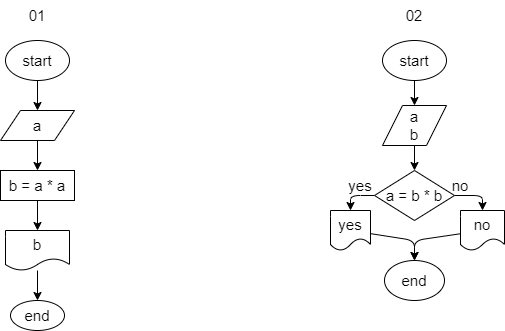
Before: NewSemi001/NewSemi001.drawio.png, a diagram exported from draw.io (GeorgeSaltykov/Examles). Source tidied: cells renumbered, new cells last; positions are measured from the earlier drawing's top-left corner, leaving out a move shared by most shapes.
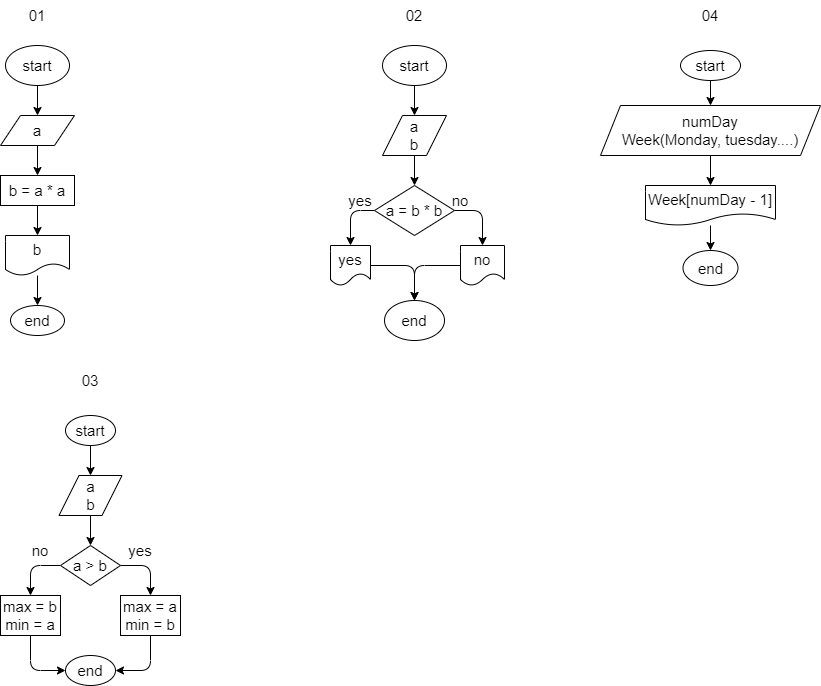
Later version of the same file.

The edit, as a diff of the source:
```diff
@@ -6,92 +6,178 @@
       <mxGeometry relative="1" as="geometry" />
     </mxCell>
     <mxCell id="3" value="&lt;font style=&quot;font-size: 15px&quot;&gt;start&lt;/font&gt;" style="ellipse;whiteSpace=wrap;html=1;" parent="1" vertex="1">
-      <mxGeometry x="5" y="40" width="64" height="40" as="geometry" />
+      <mxGeometry x="5" y="90" width="64" height="40" as="geometry" />
     </mxCell>
     <mxCell id="4" style="edgeStyle=none;html=1;entryX=0.5;entryY=0;entryDx=0;entryDy=0;fontSize=15;" parent="1" edge="1" source="5" target="7">
       <mxGeometry relative="1" as="geometry" />
     </mxCell>
     <mxCell id="5" value="a" style="shape=parallelogram;perimeter=parallelogramPerimeter;whiteSpace=wrap;html=1;fixedSize=1;fontSize=15;" parent="1" vertex="1">
-      <mxGeometry y="110" width="74" height="30" as="geometry" />
+      <mxGeometry y="160" width="74" height="30" as="geometry" />
     </mxCell>
     <mxCell id="6" style="edgeStyle=none;html=1;entryX=0.5;entryY=0;entryDx=0;entryDy=0;fontSize=15;" parent="1" edge="1" source="7" target="9">
       <mxGeometry relative="1" as="geometry" />
     </mxCell>
     <mxCell id="7" value="b = a * a" style="rounded=0;whiteSpace=wrap;html=1;fontSize=15;" parent="1" vertex="1">
-      <mxGeometry y="170" width="74" height="30" as="geometry" />
+      <mxGeometry y="220" width="74" height="30" as="geometry" />
     </mxCell>
     <mxCell id="8" style="edgeStyle=none;html=1;entryX=0.5;entryY=0;entryDx=0;entryDy=0;fontSize=15;" parent="1" edge="1" source="9" target="10">
       <mxGeometry relative="1" as="geometry" />
     </mxCell>
     <mxCell id="9" value="b" style="shape=document;whiteSpace=wrap;html=1;boundedLbl=1;fontSize=15;" parent="1" vertex="1">
-      <mxGeometry x="5" y="230" width="64" height="40" as="geometry" />
+      <mxGeometry x="5" y="280" width="64" height="40" as="geometry" />
     </mxCell>
     <mxCell id="10" value="end" style="ellipse;whiteSpace=wrap;html=1;fontSize=15;" parent="1" vertex="1">
-      <mxGeometry x="10" y="300" width="54" height="30" as="geometry" />
+      <mxGeometry x="10" y="350" width="54" height="30" as="geometry" />
     </mxCell>
     <mxCell id="11" value="01" style="text;html=1;strokeColor=none;fillColor=none;align=center;verticalAlign=middle;whiteSpace=wrap;rounded=0;fontSize=15;" parent="1" vertex="1">
-      <mxGeometry x="7" width="60" height="30" as="geometry" />
+      <mxGeometry x="7" y="45" width="60" height="30" as="geometry" />
     </mxCell>
     <mxCell id="12" value="02" style="text;html=1;strokeColor=none;fillColor=none;align=center;verticalAlign=middle;whiteSpace=wrap;rounded=0;fontSize=15;" parent="1" vertex="1">
-      <mxGeometry x="384" width="60" height="30" as="geometry" />
+      <mxGeometry x="384" y="45" width="60" height="30" as="geometry" />
     </mxCell>
     <mxCell id="13" style="edgeStyle=none;html=1;entryX=0.5;entryY=0;entryDx=0;entryDy=0;fontSize=15;" parent="1" edge="1" source="14" target="16">
       <mxGeometry relative="1" as="geometry" />
     </mxCell>
     <mxCell id="14" value="start" style="ellipse;whiteSpace=wrap;html=1;fontSize=15;" parent="1" vertex="1">
-      <mxGeometry x="382" y="40" width="64" height="40" as="geometry" />
+      <mxGeometry x="382" y="90" width="64" height="40" as="geometry" />
     </mxCell>
     <mxCell id="15" style="edgeStyle=none;html=1;entryX=0.5;entryY=0;entryDx=0;entryDy=0;fontSize=15;" parent="1" edge="1" source="16" target="19">
       <mxGeometry relative="1" as="geometry" />
     </mxCell>
     <mxCell id="16" value="a&lt;br&gt;b" style="shape=parallelogram;perimeter=parallelogramPerimeter;whiteSpace=wrap;html=1;fixedSize=1;fontSize=15;" parent="1" vertex="1">
-      <mxGeometry x="382" y="105" width="64" height="40" as="geometry" />
+      <mxGeometry x="382" y="160" width="64" height="40" as="geometry" />
     </mxCell>
     <mxCell id="17" style="edgeStyle=none;html=1;entryX=0.5;entryY=0;entryDx=0;entryDy=0;fontSize=15;" parent="1" edge="1" source="19" target="23">
       <mxGeometry relative="1" as="geometry">
         <Array as="points">
-          <mxPoint x="482" y="195" />
+          <mxPoint x="482" y="255" />
         </Array>
       </mxGeometry>
     </mxCell>
     <mxCell id="18" style="edgeStyle=none;html=1;entryX=0.5;entryY=0;entryDx=0;entryDy=0;fontSize=15;" parent="1" edge="1" source="19" target="21">
       <mxGeometry relative="1" as="geometry">
         <Array as="points">
-          <mxPoint x="350" y="195" />
+          <mxPoint x="350" y="255" />
         </Array>
       </mxGeometry>
     </mxCell>
     <mxCell id="19" value="a = b * b" style="rhombus;whiteSpace=wrap;html=1;fontSize=15;" parent="1" vertex="1">
-      <mxGeometry x="374" y="170" width="80" height="50" as="geometry" />
+      <mxGeometry x="374" y="230" width="80" height="50" as="geometry" />
     </mxCell>
     <mxCell id="20" style="edgeStyle=none;html=1;entryX=0.5;entryY=0;entryDx=0;entryDy=0;fontSize=15;" parent="1" edge="1" source="21" target="26">
       <mxGeometry relative="1" as="geometry">
         <Array as="points">
-          <mxPoint x="414" y="240" />
+          <mxPoint x="414" y="310" />
         </Array>
       </mxGeometry>
     </mxCell>
     <mxCell id="21" value="yes" style="shape=document;whiteSpace=wrap;html=1;boundedLbl=1;fontSize=15;" parent="1" vertex="1">
-      <mxGeometry x="330" y="210" width="40" height="40" as="geometry" />
+      <mxGeometry x="330" y="290" width="40" height="40" as="geometry" />
     </mxCell>
     <mxCell id="22" style="edgeStyle=none;html=1;entryX=0.5;entryY=0;entryDx=0;entryDy=0;fontSize=15;" parent="1" edge="1" source="23" target="26">
       <mxGeometry relative="1" as="geometry">
         <Array as="points">
-          <mxPoint x="414" y="240" />
+          <mxPoint x="414" y="310" />
         </Array>
       </mxGeometry>
     </mxCell>
     <mxCell id="23" value="no" style="shape=document;whiteSpace=wrap;html=1;boundedLbl=1;fontSize=15;" parent="1" vertex="1">
-      <mxGeometry x="460" y="210" width="44" height="40" as="geometry" />
+      <mxGeometry x="460" y="290" width="44" height="40" as="geometry" />
     </mxCell>
     <mxCell id="24" value="yes" style="text;html=1;strokeColor=none;fillColor=none;align=center;verticalAlign=middle;whiteSpace=wrap;rounded=0;fontSize=15;" parent="1" vertex="1">
-      <mxGeometry x="330" y="170" width="60" height="30" as="geometry" />
+      <mxGeometry x="330" y="230" width="60" height="30" as="geometry" />
     </mxCell>
     <mxCell id="25" value="no" style="text;html=1;strokeColor=none;fillColor=none;align=center;verticalAlign=middle;whiteSpace=wrap;rounded=0;fontSize=15;" parent="1" vertex="1">
-      <mxGeometry x="430" y="170" width="60" height="30" as="geometry" />
+      <mxGeometry x="430" y="230" width="60" height="30" as="geometry" />
     </mxCell>
     <mxCell id="26" value="end" style="ellipse;whiteSpace=wrap;html=1;fontSize=15;" parent="1" vertex="1">
-      <mxGeometry x="384" y="260" width="60" height="40" as="geometry" />
+      <mxGeometry x="384" y="345" width="60" height="40" as="geometry" />
     </mxCell>
+    <mxCell id="27" style="edgeStyle=none;html=1;entryX=0.5;entryY=0;entryDx=0;entryDy=0;fontSize=15;" parent="1" edge="1" source="28" target="31">
+      <mxGeometry relative="1" as="geometry" />
+    </mxCell>
+    <mxCell id="28" value="start" style="ellipse;whiteSpace=wrap;html=1;fontSize=15;" parent="1" vertex="1">
+      <mxGeometry x="680" y="95" width="60" height="30" as="geometry" />
+    </mxCell>
+    <mxCell id="29" value="04" style="text;html=1;strokeColor=none;fillColor=none;align=center;verticalAlign=middle;whiteSpace=wrap;rounded=0;fontSize=15;" parent="1" vertex="1">
+      <mxGeometry x="680" y="45" width="60" height="30" as="geometry" />
+    </mxCell>
+    <mxCell id="30" style="edgeStyle=none;html=1;fontSize=15;" parent="1" edge="1" source="31" target="33">
+      <mxGeometry relative="1" as="geometry" />
+    </mxCell>
+    <mxCell id="31" value="numDay&lt;br&gt;Week(Monday, tuesday....)" style="shape=parallelogram;perimeter=parallelogramPerimeter;whiteSpace=wrap;html=1;fixedSize=1;fontSize=15;" parent="1" vertex="1">
+      <mxGeometry x="600" y="150" width="220" height="50" as="geometry" />
+    </mxCell>
+    <mxCell id="32" style="edgeStyle=none;html=1;entryX=0.5;entryY=0;entryDx=0;entryDy=0;fontSize=15;" parent="1" edge="1" source="33" target="34">
+      <mxGeometry relative="1" as="geometry" />
+    </mxCell>
+    <mxCell id="33" value="Week[numDay - 1]" style="shape=document;whiteSpace=wrap;html=1;boundedLbl=1;fontSize=15;" parent="1" vertex="1">
+      <mxGeometry x="645" y="230" width="130" height="40" as="geometry" />
+    </mxCell>
+    <mxCell id="34" value="end" style="ellipse;whiteSpace=wrap;html=1;fontSize=15;" parent="1" vertex="1">
+      <mxGeometry x="682.5" y="295" width="55" height="35" as="geometry" />
+    </mxCell>
+    <mxCell id="35" value="03" style="text;html=1;strokeColor=none;fillColor=none;align=center;verticalAlign=middle;whiteSpace=wrap;rounded=0;fontSize=15;" parent="1" vertex="1">
+      <mxGeometry x="60" y="410" width="60" height="30" as="geometry" />
+    </mxCell>
+    <mxCell id="36" style="edgeStyle=none;html=1;fontSize=15;" parent="1" edge="1" source="37" target="39">
+      <mxGeometry relative="1" as="geometry" />
+    </mxCell>
+    <mxCell id="37" value="start" style="ellipse;whiteSpace=wrap;html=1;fontSize=15;" parent="1" vertex="1">
+      <mxGeometry x="65" y="460" width="50" height="30" as="geometry" />
+    </mxCell>
+    <mxCell id="38" style="edgeStyle=none;html=1;fontSize=15;" parent="1" edge="1" source="39" target="42">
+      <mxGeometry relative="1" as="geometry" />
+    </mxCell>
+    <mxCell id="39" value="a&lt;br&gt;b" style="shape=parallelogram;perimeter=parallelogramPerimeter;whiteSpace=wrap;html=1;fixedSize=1;fontSize=15;" parent="1" vertex="1">
+      <mxGeometry x="58.5" y="520" width="63" height="40" as="geometry" />
+    </mxCell>
+    <mxCell id="40" style="edgeStyle=none;html=1;entryX=0.5;entryY=0;entryDx=0;entryDy=0;fontSize=15;" parent="1" edge="1" source="42">
+      <mxGeometry relative="1" as="geometry">
+        <mxPoint x="150" y="640" as="targetPoint" />
+        <Array as="points">
+          <mxPoint x="150" y="610" />
+        </Array>
+      </mxGeometry>
+    </mxCell>
+    <mxCell id="41" style="edgeStyle=none;html=1;entryX=0.5;entryY=0;entryDx=0;entryDy=0;fontSize=15;" parent="1" edge="1" source="42" target="46">
+      <mxGeometry relative="1" as="geometry">
+        <Array as="points">
+          <mxPoint x="30" y="610" />
+        </Array>
+      </mxGeometry>
+    </mxCell>
+    <mxCell id="42" value="a &amp;gt; b" style="rhombus;whiteSpace=wrap;html=1;fontSize=15;" parent="1" vertex="1">
+      <mxGeometry x="60" y="590" width="60" height="40" as="geometry" />
+    </mxCell>
+    <mxCell id="43" style="edgeStyle=none;html=1;entryX=1;entryY=0.5;entryDx=0;entryDy=0;fontSize=15;" parent="1" edge="1" source="44" target="49">
+      <mxGeometry relative="1" as="geometry">
+        <Array as="points">
+          <mxPoint x="150" y="715" />
+        </Array>
+      </mxGeometry>
+    </mxCell>
+    <mxCell id="44" value="max = a&lt;br&gt;min = b" style="rounded=0;whiteSpace=wrap;html=1;fontSize=15;" parent="1" vertex="1">
+      <mxGeometry x="120" y="640" width="60" height="40" as="geometry" />
+    </mxCell>
+    <mxCell id="45" style="edgeStyle=none;html=1;entryX=0;entryY=0.5;entryDx=0;entryDy=0;fontSize=15;" parent="1" edge="1" source="46" target="49">
+      <mxGeometry relative="1" as="geometry">
+        <Array as="points">
+          <mxPoint x="30" y="715" />
+        </Array>
+      </mxGeometry>
+    </mxCell>
+    <mxCell id="46" value="max = b&lt;br&gt;min = a" style="rounded=0;whiteSpace=wrap;html=1;fontSize=15;" parent="1" vertex="1">
+      <mxGeometry y="640" width="60" height="40" as="geometry" />
+    </mxCell>
+    <mxCell id="47" value="yes" style="text;html=1;strokeColor=none;fillColor=none;align=center;verticalAlign=middle;whiteSpace=wrap;rounded=0;fontSize=15;" parent="1" vertex="1">
+      <mxGeometry x="110" y="580" width="60" height="30" as="geometry" />
+    </mxCell>
+    <mxCell id="48" value="no" style="text;html=1;strokeColor=none;fillColor=none;align=center;verticalAlign=middle;whiteSpace=wrap;rounded=0;fontSize=15;" parent="1" vertex="1">
+      <mxGeometry x="10" y="580" width="60" height="30" as="geometry" />
+    </mxCell>
+    <mxCell id="49" value="end" style="ellipse;whiteSpace=wrap;html=1;fontSize=15;" parent="1" vertex="1">
+      <mxGeometry x="65" y="700" width="50" height="30" as="geometry" />
+    </mxCell>
   </root>
 </mxGraphModel>
```
